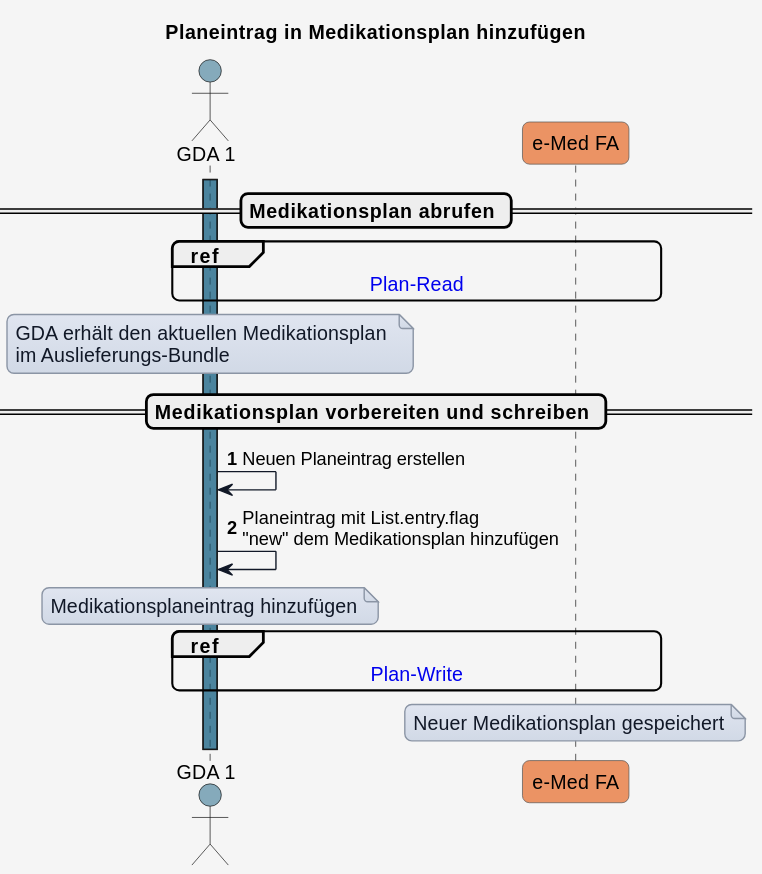
This is input/images/plantuml/UC_eMed_06_03.svg from HL7Austria/ELGA-e-Medikation-R4, a PlantUML export, as it was before one commit. The source it was exported from:
```plantuml
@startuml
title Planeintrag in Medikationsplan hinzufügen


skinparam borderColor #000000
skinparam backgroundColor #f5f5f5
skinparam shadowing false
skinparam roundCorner 10
skinparam defaultFontName "Arial"
skinparam defaultFontSize 14
skinparam defaultFontColor #000000
skinparam HyperlinkColor #0000EE
skinparam HyperlinkUnderline false
skinparam BoxPadding 20
skinparam BoxBorderColor #555555

skinparam note {
  BackgroundColor #e0e5f0-#d1d9e6
  BorderColor #8b95a5
  BorderThickness 1
  RoundCorner 0
  Padding 6
  FontColor #111827
  Shadowing false
}

skinparam sequence {
  ParticipantBorderColor #555555
  ParticipantBackgroundColor #ffffff
  ParticipantFontColor #000000
  ParticipantFontSize 14
  ParticipantPadding 20
  ArrowColor #111827
  ArrowThickness 1
  ArrowFontColor #000000
  ArrowFontSize 13
  GroupBorderColor #111827
  GroupBackgroundColor #eef2ff
  GroupBorderThickness 2
}

!define COLOR_GDA_1    #15608280
!define COLOR_GDA_2    #96607D80
!define COLOR_PATIENT  #196B2480
!define COLOR_APO      #0F9ED590
!define COLOR_EMED_FA  #e97232bd
!define COLOR_E_REZEPT #cd3732a9

!define COLOR_OK       #0F9ED525
!define COLOR_ERROR    #E9713235

actor GDA_1 as "GDA 1" COLOR_GDA_1
participant eMed_FA as "e-Med FA" COLOR_EMED_FA

autonumber


== Medikationsplan abrufen ==

activate GDA_1 COLOR_GDA_1

ref over GDA_1, eMed_FA : [[interactions.html#sequenzdiagramm-plan-read Plan-Read]]

note over GDA_1
GDA erhält den aktuellen Medikationsplan
im Auslieferungs-Bundle
end note

== Medikationsplan vorbereiten und schreiben ==

GDA_1 -> GDA_1: Neuen Planeintrag erstellen
GDA_1 -> GDA_1: Planeintrag mit List.entry.flag\n"new" dem Medikationsplan hinzufügen

note over GDA_1
Medikationsplaneintrag hinzufügen
end note

ref over GDA_1, eMed_FA : [[interactions.html#plan-write Plan-Write]]

note over eMed_FA
Neuer Medikationsplan gespeichert
end note
@enduml
```
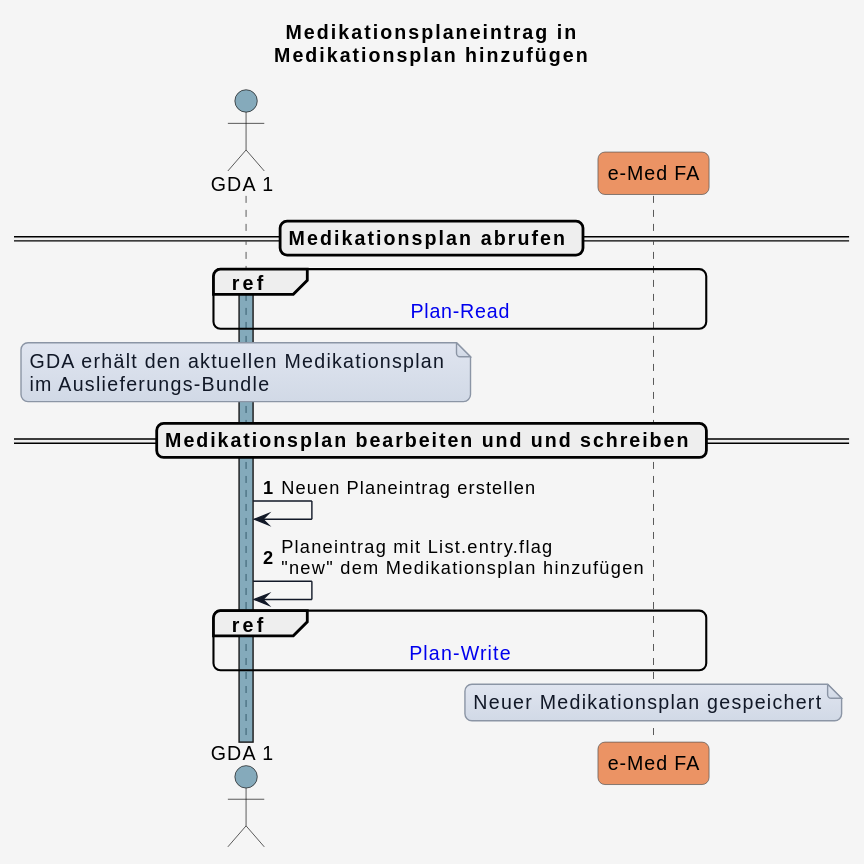
After the commit.

Diff of the diagram source:
```diff
@@ -1,5 +1,5 @@
 @startuml
-title Planeintrag in Medikationsplan hinzufügen
+title Medikationsplaneintrag in\nMedikationsplan hinzufügen
 
 
 skinparam borderColor #000000
@@ -66,14 +66,10 @@
 im Auslieferungs-Bundle
 end note
 
-== Medikationsplan vorbereiten und schreiben ==
+== Medikationsplan bearbeiten und und schreiben ==
 
 GDA_1 -> GDA_1: Neuen Planeintrag erstellen
 GDA_1 -> GDA_1: Planeintrag mit List.entry.flag\n"new" dem Medikationsplan hinzufügen
-
-note over GDA_1
-Medikationsplaneintrag hinzufügen
-end note
 
 ref over GDA_1, eMed_FA : [[interactions.html#plan-write Plan-Write]]
 
```
